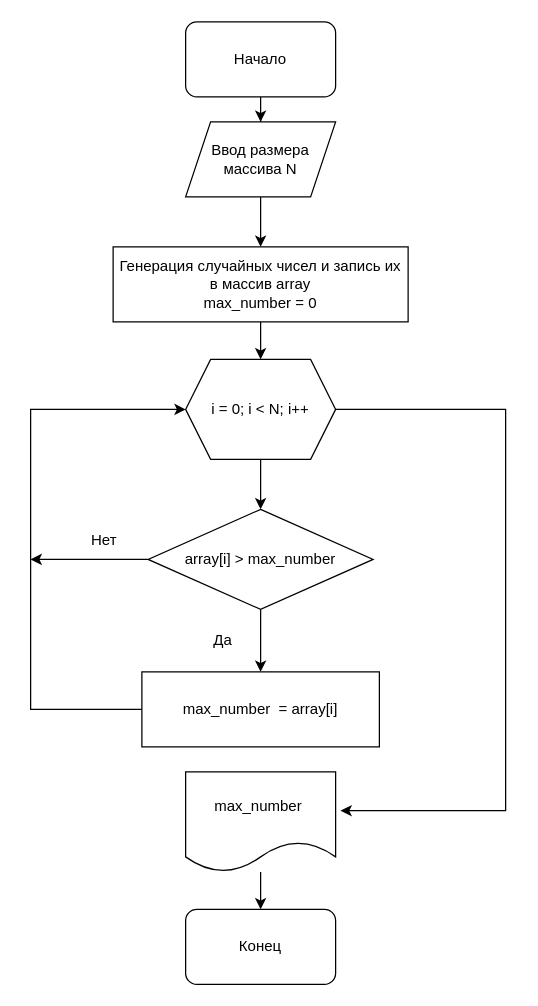
The draw.io diagram seminar_2.1.drawio in nikul1ch/diagram, before the edit. Source tidied: cells renumbered, new cells numbered last; positions are measured from the earlier drawing's top-left corner, leaving out a move shared by most shapes. Both pictures are drawn from the tidied source at 125%, with x=0, y=0 at pixel (30, 21).
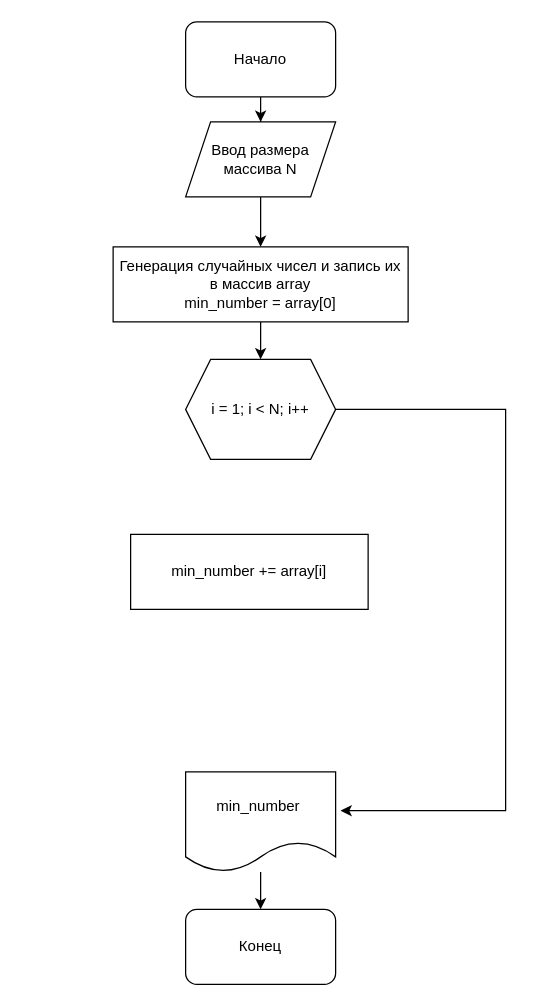
Above is the later version.

The edit, as a diff of the source:
```diff
@@
-    <mxCell id="6" value="Генерация случайных чисел и запись их в массив array&lt;br&gt;max_number = 0" style="rounded=0;whiteSpace=wrap;html=1;" parent="1" vertex="1">
+    <mxCell id="6" value="Генерация случайных чисел и запись их в массив array&lt;br&gt;min_number = array[0]" style="rounded=0;whiteSpace=wrap;html=1;" parent="1" vertex="1">
       <mxGeometry x="66" y="180" width="236" height="60" as="geometry" />
     </mxCell>
@@
-    <mxCell id="10" style="edgeStyle=orthogonalEdgeStyle;rounded=0;jettySize=auto;html=1;entryX=0.5;entryY=0;entryDx=0;entryDy=0;" parent="1" edge="1" source="11" target="14">
-      <mxGeometry relative="1" as="geometry" />
-    </mxCell>
-    <mxCell id="11" value="i = 0; i &amp;lt; N; i++" style="shape=hexagon;perimeter=hexagonPerimeter2;whiteSpace=wrap;html=1;fixedSize=1;" parent="1" vertex="1">
+    <mxCell id="11" value="i = 1; i &amp;lt; N; i++" style="shape=hexagon;perimeter=hexagonPerimeter2;whiteSpace=wrap;html=1;fixedSize=1;" parent="1" vertex="1">
       <mxGeometry x="124" y="270" width="120" height="80" as="geometry" />
     </mxCell>
-    <mxCell id="12" style="edgeStyle=orthogonalEdgeStyle;rounded=0;jettySize=auto;html=1;" parent="1" edge="1" source="14" target="16">
-      <mxGeometry relative="1" as="geometry" />
-    </mxCell>
-    <mxCell id="13" style="edgeStyle=orthogonalEdgeStyle;rounded=0;jettySize=auto;html=1;" parent="1" edge="1" source="14">
-      <mxGeometry relative="1" as="geometry">
-        <mxPoint y="430" as="targetPoint" />
-      </mxGeometry>
-    </mxCell>
-    <mxCell id="14" value="array[i] &amp;gt; max_number" style="rhombus;whiteSpace=wrap;html=1;" parent="1" vertex="1">
-      <mxGeometry x="94" y="390" width="180" height="80" as="geometry" />
-    </mxCell>
-    <mxCell id="15" style="edgeStyle=orthogonalEdgeStyle;rounded=0;jettySize=auto;html=1;entryX=0;entryY=0.5;entryDx=0;entryDy=0;" parent="1" edge="1" source="16" target="11">
-      <mxGeometry relative="1" as="geometry">
-        <Array as="points">
-          <mxPoint y="550" />
-          <mxPoint y="310" />
-        </Array>
-      </mxGeometry>
-    </mxCell>
-    <mxCell id="16" value="max_number&amp;nbsp; = array[i]" style="whiteSpace=wrap;html=1;" parent="1" vertex="1">
-      <mxGeometry x="89" y="520" width="190" height="60" as="geometry" />
+    <mxCell id="16" value="min_number += array[i]" style="whiteSpace=wrap;html=1;" parent="1" vertex="1">
+      <mxGeometry x="80" y="410" width="190" height="60" as="geometry" />
     </mxCell>
-    <mxCell id="17" value="Нет" style="text;html=1;strokeColor=none;fillColor=none;align=center;verticalAlign=middle;whiteSpace=wrap;rounded=0;" parent="1" vertex="1">
-      <mxGeometry x="29" y="400" width="60" height="30" as="geometry" />
-    </mxCell>
-    <mxCell id="18" value="Да" style="text;html=1;strokeColor=none;fillColor=none;align=center;verticalAlign=middle;whiteSpace=wrap;rounded=0;" parent="1" vertex="1">
-      <mxGeometry x="124" y="480" width="60" height="30" as="geometry" />
-    </mxCell>
@@
-    <mxCell id="20" value="max_number&amp;nbsp;" style="shape=document;whiteSpace=wrap;html=1;boundedLbl=1;" parent="1" vertex="1">
+    <mxCell id="20" value="min_number&amp;nbsp;" style="shape=document;whiteSpace=wrap;html=1;boundedLbl=1;" parent="1" vertex="1">
       <mxGeometry x="124" y="600" width="120" height="80" as="geometry" />
     </mxCell>
```
